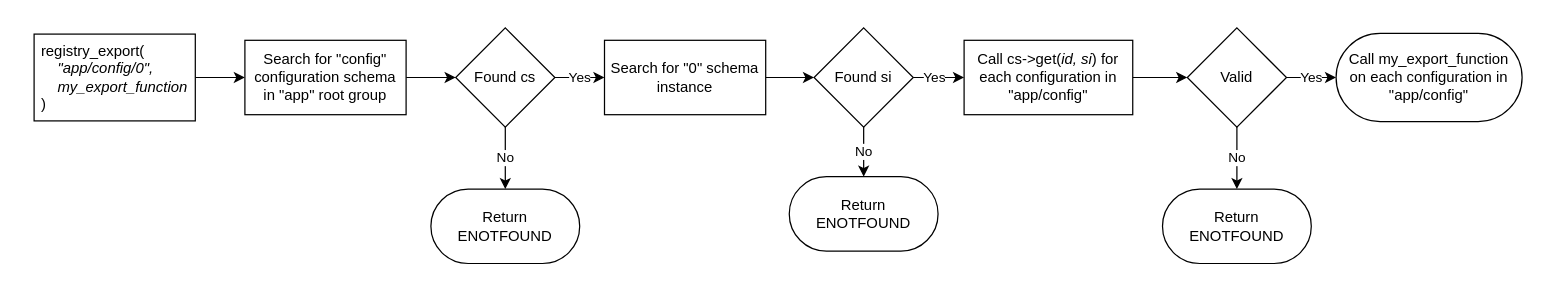
Earlier version of the draw.io diagram doc/drawio/flow/basic_behavioral_flow_commit.drawio (LasseRosenow/riot-runtime-config). Source tidied: cells renumbered, new cells numbered last; positions are measured from the earlier drawing's top-left corner, leaving out a move shared by most shapes. Both pictures are drawn from the tidied source at 124%, with x=0, y=0 at pixel (21, 21).
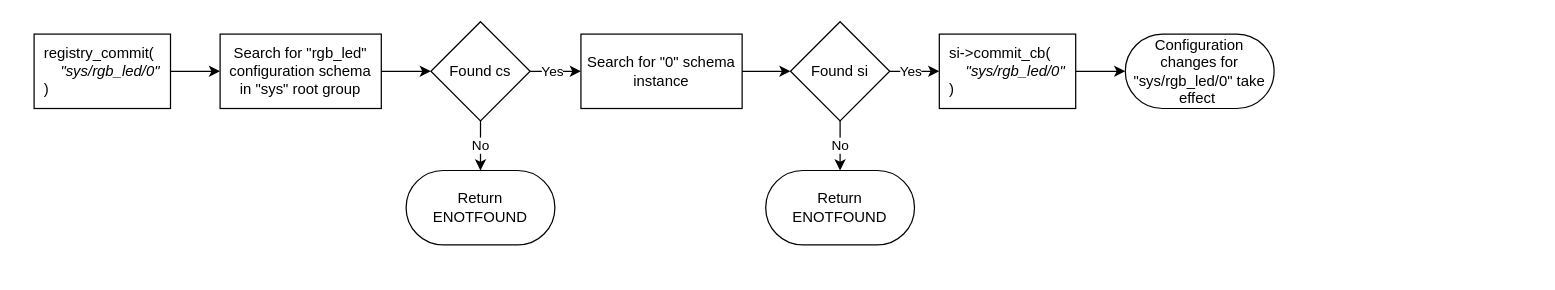
The same page after the edit.

Diff of the diagram source:
```diff
@@
     <mxCell id="2" style="rounded=0;whiteSpace=wrap;html=1;strokeColor=none;" parent="1" vertex="1">
-      <mxGeometry width="1220" height="200" as="geometry" />
+      <mxGeometry width="1020" height="190" as="geometry" />
     </mxCell>
-    <mxCell id="3" style="edgeStyle=elbowEdgeStyle;rounded=0;html=1;" parent="1" edge="1" source="23" target="5">
-      <mxGeometry relative="1" as="geometry" />
-    </mxCell>
-    <mxCell id="4" style="edgeStyle=elbowEdgeStyle;rounded=0;html=1;" parent="1" edge="1" source="5" target="8">
-      <mxGeometry relative="1" as="geometry" />
-    </mxCell>
-    <mxCell id="5" value="Search for &quot;config&quot; configuration schema&lt;br&gt;in &quot;app&quot; root group" style="rounded=0;whiteSpace=wrap;html=1;" parent="1" vertex="1">
-      <mxGeometry x="180" y="15" width="130" height="60" as="geometry" />
-    </mxCell>
-    <mxCell id="6" value="No" style="edgeStyle=elbowEdgeStyle;rounded=0;html=1;" parent="1" edge="1" source="8" target="9">
-      <mxGeometry relative="1" as="geometry" />
-    </mxCell>
+    <mxCell id="24" value="&lt;div style=&quot;text-align: left&quot;&gt;&lt;span&gt;registry_commit(&lt;/span&gt;&lt;/div&gt;&lt;div style=&quot;text-align: left&quot;&gt;&lt;span&gt;&lt;i&gt;&amp;nbsp; &amp;nbsp; &quot;sys/rgb_led/0&quot;&lt;/i&gt;&lt;/span&gt;&lt;/div&gt;&lt;div style=&quot;text-align: left&quot;&gt;&lt;span&gt;)&lt;/span&gt;&lt;/div&gt;" style="rounded=0;whiteSpace=wrap;html=1;" parent="1" vertex="1">
+      <mxGeometry x="10" y="10" width="110" height="60" as="geometry" />
+    </mxCell>
+    <mxCell id="25" style="edgeStyle=elbowEdgeStyle;rounded=0;html=1;" parent="1" edge="1" source="24" target="27">
+      <mxGeometry relative="1" as="geometry" />
+    </mxCell>
+    <mxCell id="26" style="edgeStyle=elbowEdgeStyle;rounded=0;html=1;" parent="1" edge="1" source="27" target="8">
+      <mxGeometry relative="1" as="geometry" />
+    </mxCell>
+    <mxCell id="27" value="Search for &quot;rgb_led&quot; configuration schema&lt;br&gt;in &quot;sys&quot; root group" style="rounded=0;whiteSpace=wrap;html=1;" parent="1" vertex="1">
+      <mxGeometry x="160" y="10" width="130" height="60" as="geometry" />
+    </mxCell>
+    <mxCell id="28" value="No" style="edgeStyle=elbowEdgeStyle;rounded=0;html=1;" parent="1" edge="1" source="8" target="29">
+      <mxGeometry relative="1" as="geometry" />
+    </mxCell>
     <mxCell id="7" value="Yes" style="edgeStyle=elbowEdgeStyle;rounded=0;html=1;" parent="1" edge="1" source="8" target="18">
-      <mxGeometry relative="1" as="geometry" />
+      <mxGeometry x="-0.12" relative="1" as="geometry" />
     </mxCell>
     <mxCell id="8" value="Found cs" style="rhombus;whiteSpace=wrap;html=1;" parent="1" vertex="1">
-      <mxGeometry x="350" y="5" width="80" height="80" as="geometry" />
+      <mxGeometry x="330" width="80" height="80" as="geometry" />
     </mxCell>
-    <mxCell id="9" value="Return&lt;br&gt;ENOTFOUND" style="rounded=1;whiteSpace=wrap;html=1;arcSize=50;" parent="1" vertex="1">
-      <mxGeometry x="330" y="135" width="120" height="60" as="geometry" />
-    </mxCell>
-    <mxCell id="10" value="Call my_export_function&lt;br&gt;on each configuration in &quot;app/config&quot;" style="rounded=1;whiteSpace=wrap;html=1;arcSize=50;" parent="1" vertex="1">
-      <mxGeometry x="1060" y="9.5" width="150" height="71" as="geometry" />
-    </mxCell>
-    <mxCell id="11" style="edgeStyle=elbowEdgeStyle;rounded=0;html=1;" parent="1" edge="1" source="12" target="15">
-      <mxGeometry relative="1" as="geometry" />
-    </mxCell>
-    <mxCell id="12" value="Call cs-&amp;gt;get(&lt;i&gt;id, si&lt;/i&gt;) for each configuration in &quot;app/config&quot;" style="rounded=0;whiteSpace=wrap;html=1;" parent="1" vertex="1">
-      <mxGeometry x="760" y="15" width="136" height="60" as="geometry" />
-    </mxCell>
-    <mxCell id="13" value="No" style="edgeStyle=elbowEdgeStyle;rounded=0;html=1;" parent="1" edge="1" source="15" target="16">
-      <mxGeometry relative="1" as="geometry" />
-    </mxCell>
-    <mxCell id="14" value="Yes" style="edgeStyle=elbowEdgeStyle;rounded=0;html=1;" parent="1" edge="1" source="15" target="10">
-      <mxGeometry relative="1" as="geometry" />
-    </mxCell>
-    <mxCell id="15" value="Valid" style="rhombus;whiteSpace=wrap;html=1;" parent="1" vertex="1">
-      <mxGeometry x="940" y="5" width="80" height="80" as="geometry" />
-    </mxCell>
-    <mxCell id="16" value="Return&lt;br&gt;ENOTFOUND" style="rounded=1;whiteSpace=wrap;html=1;arcSize=50;" parent="1" vertex="1">
-      <mxGeometry x="920" y="135" width="120" height="60" as="geometry" />
-    </mxCell>
+    <mxCell id="29" value="Return&lt;br&gt;ENOTFOUND" style="rounded=1;whiteSpace=wrap;html=1;arcSize=50;" parent="1" vertex="1">
+      <mxGeometry x="310" y="120" width="120" height="60" as="geometry" />
+    </mxCell>
+    <mxCell id="30" style="edgeStyle=elbowEdgeStyle;rounded=0;html=1;" parent="1" edge="1" source="31" target="32">
+      <mxGeometry relative="1" as="geometry" />
+    </mxCell>
+    <mxCell id="31" value="&lt;div style=&quot;text-align: left&quot;&gt;&lt;span&gt;si-&amp;gt;commit_cb(&lt;/span&gt;&lt;/div&gt;&lt;div style=&quot;text-align: left&quot;&gt;&lt;span&gt;&lt;i&gt;&amp;nbsp; &amp;nbsp; &quot;sys/rgb_led/0&quot;&lt;/i&gt;&lt;/span&gt;&lt;/div&gt;&lt;div style=&quot;text-align: left&quot;&gt;&lt;span&gt;)&lt;/span&gt;&lt;/div&gt;" style="rounded=0;whiteSpace=wrap;html=1;" parent="1" vertex="1">
+      <mxGeometry x="740" y="10" width="110" height="60" as="geometry" />
+    </mxCell>
+    <mxCell id="32" value="Configuration changes for &quot;sys/rgb_led/0&quot; take effect&amp;nbsp;" style="rounded=1;whiteSpace=wrap;html=1;arcSize=50;" parent="1" vertex="1">
+      <mxGeometry x="890" y="10" width="120" height="60" as="geometry" />
+    </mxCell>
@@
     <mxCell id="18" value="Search for &quot;0&quot; schema instance" style="rounded=0;whiteSpace=wrap;html=1;" parent="1" vertex="1">
-      <mxGeometry x="470" y="15" width="130" height="60" as="geometry" />
+      <mxGeometry x="451" y="10" width="130" height="60" as="geometry" />
     </mxCell>
-    <mxCell id="19" value="No" style="edgeStyle=elbowEdgeStyle;rounded=0;html=1;" parent="1" edge="1" source="21" target="22">
-      <mxGeometry relative="1" as="geometry" />
-    </mxCell>
-    <mxCell id="20" value="Yes" style="edgeStyle=elbowEdgeStyle;rounded=0;html=1;" parent="1" edge="1" source="21" target="12">
-      <mxGeometry x="-0.15" relative="1" as="geometry" />
-    </mxCell>
+    <mxCell id="33" value="No" style="edgeStyle=elbowEdgeStyle;rounded=0;html=1;" parent="1" edge="1" source="21" target="35">
+      <mxGeometry relative="1" as="geometry" />
+    </mxCell>
+    <mxCell id="34" value="Yes" style="edgeStyle=elbowEdgeStyle;rounded=0;html=1;" parent="1" edge="1" source="21" target="31">
+      <mxGeometry x="-0.15" relative="1" as="geometry" />
+    </mxCell>
     <mxCell id="21" value="Found si" style="rhombus;whiteSpace=wrap;html=1;" parent="1" vertex="1">
-      <mxGeometry x="639" y="5" width="80" height="80" as="geometry" />
+      <mxGeometry x="620" width="80" height="80" as="geometry" />
     </mxCell>
-    <mxCell id="22" value="Return&lt;br&gt;ENOTFOUND" style="rounded=1;whiteSpace=wrap;html=1;arcSize=50;" parent="1" vertex="1">
-      <mxGeometry x="619" y="125" width="120" height="60" as="geometry" />
-    </mxCell>
-    <mxCell id="23" value="&lt;div style=&quot;text-align: left&quot;&gt;&lt;span&gt;registry_export&lt;/span&gt;&lt;span style=&quot;text-align: left&quot;&gt;(&lt;/span&gt;&lt;/div&gt;&lt;span&gt;&lt;div style=&quot;text-align: left&quot;&gt;&lt;span&gt;&lt;i&gt;&amp;nbsp; &amp;nbsp; &quot;app/config/0&quot;,&lt;/i&gt;&lt;/span&gt;&lt;/div&gt;&lt;div style=&quot;text-align: left&quot;&gt;&lt;span&gt;&lt;i&gt;&amp;nbsp; &amp;nbsp; my_export_function&lt;/i&gt;&lt;/span&gt;&lt;/div&gt;&lt;/span&gt;&lt;div style=&quot;text-align: left&quot;&gt;&lt;span&gt;)&lt;/span&gt;&lt;/div&gt;" style="rounded=0;whiteSpace=wrap;html=1;" parent="1" vertex="1">
-      <mxGeometry x="10" y="10" width="130" height="70" as="geometry" />
-    </mxCell>
+    <mxCell id="35" value="Return&lt;br&gt;ENOTFOUND" style="rounded=1;whiteSpace=wrap;html=1;arcSize=50;" parent="1" vertex="1">
+      <mxGeometry x="600" y="120" width="120" height="60" as="geometry" />
+    </mxCell>
```
